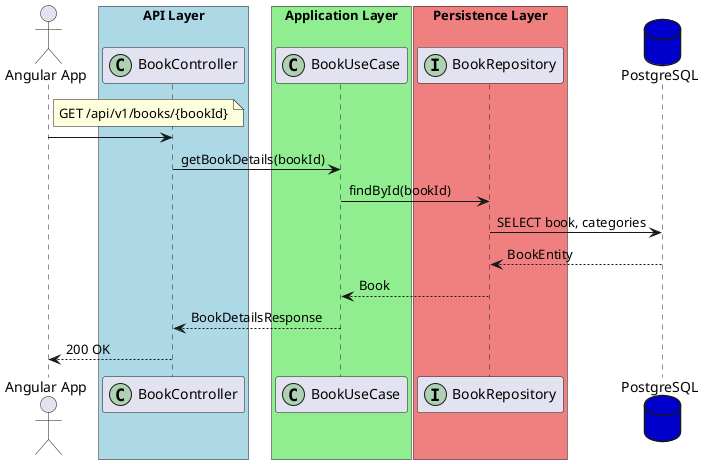
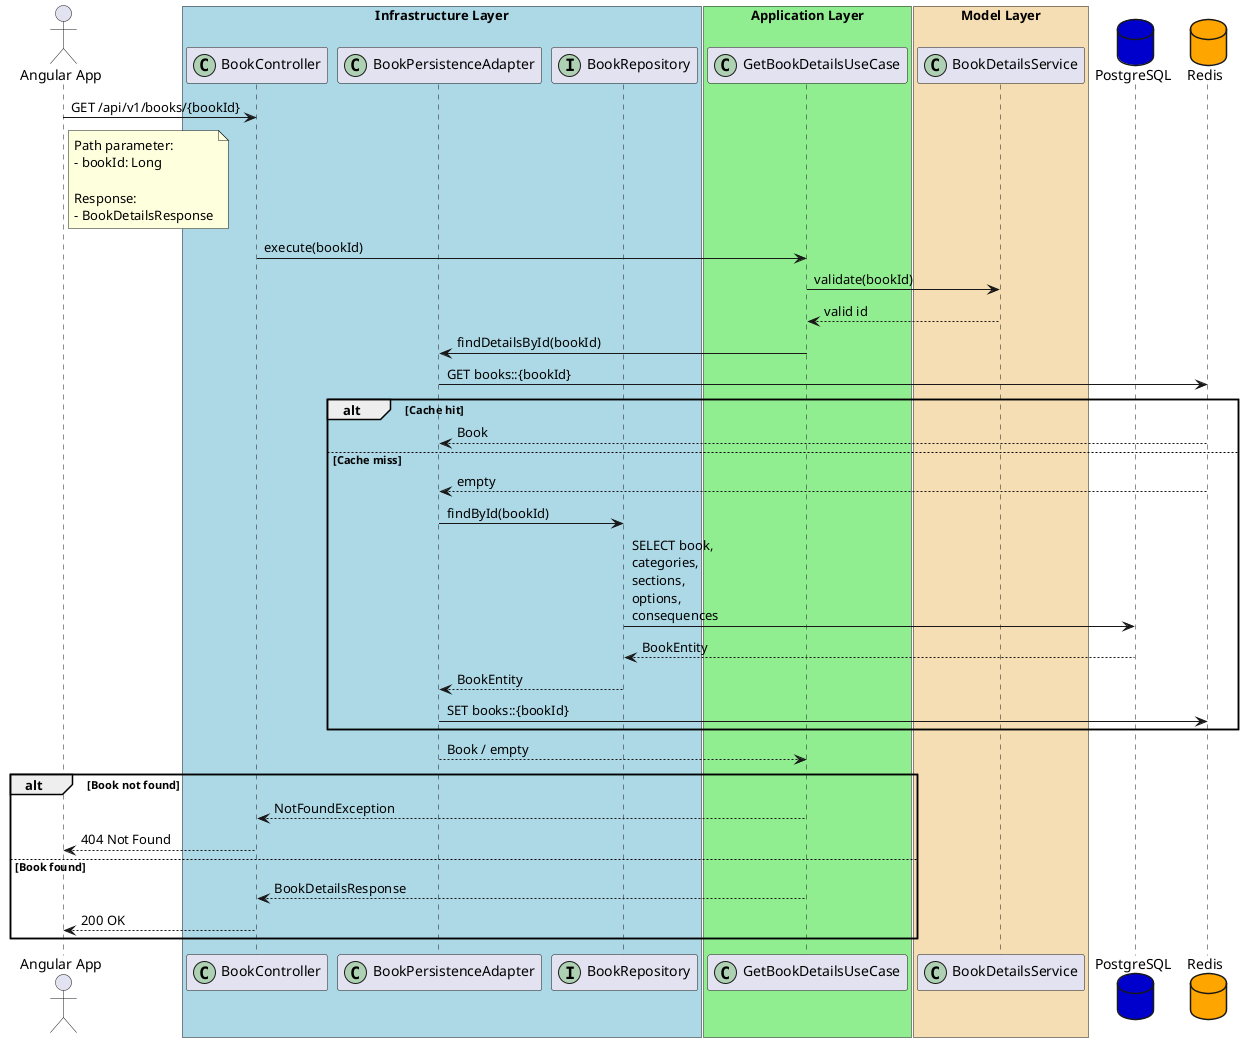
@startuml
actor user as "Angular App"

- box "API Layer" #LightBlue
+ box "Infrastructure Layer" #LightBlue
participant "BookController" as controller <<(C,#ADD1B2)>>
+ participant "BookPersistenceAdapter" as adapter <<(C,#ADD1B2)>>
+ participant "BookRepository" as repository <<(I,#ADD1B2)>>
end box

box "Application Layer" #LightGreen
- participant "BookUseCase" as usecase <<(C,#ADD1B2)>>
+ participant "GetBookDetailsUseCase" as usecase <<(C,#ADD1B2)>>
end box

- box "Persistence Layer" #LightCoral
- participant "BookRepository" as repository <<(I,#ADD1B2)>>
+ box "Model Layer" #Wheat
+ participant "BookDetailsService" as service <<(C,#ADD1B2)>>
end box

database "PostgreSQL" as db #MediumBlue
+ database "Redis" as redis #Orange
+ 
+ user -> controller : GET /api/v1/books/{bookId}

note right user
- GET /api/v1/books/{bookId}
+ Path parameter:
+ - bookId: Long
+ 
+ Response:
+ - BookDetailsResponse
end note
- user -> controller
- controller -> usecase : getBookDetails(bookId)
- usecase -> repository : findById(bookId)
- repository -> db : SELECT book, categories
- db --> repository : BookEntity
- repository --> usecase : Book
- usecase --> controller : BookDetailsResponse
- controller --> user : 200 OK
+ 
+ controller -> usecase : execute(bookId)
+ 
+ usecase -> service : validate(bookId)
+ service --> usecase : valid id
+ 
+ usecase -> adapter : findDetailsById(bookId)
+ 
+ adapter -> redis : GET books::{bookId}
+ 
+ alt Cache hit
+     redis --> adapter : Book
+ else Cache miss
+     redis --> adapter : empty
+ 
+     adapter -> repository : findById(bookId)
+     repository -> db : SELECT book,\ncategories,\nsections,\noptions,\nconsequences
+     db --> repository : BookEntity
+ 
+     repository --> adapter : BookEntity
+     adapter -> redis : SET books::{bookId}
+ end
+ 
+ adapter --> usecase : Book / empty
+ 
+ alt Book not found
+     usecase --> controller : NotFoundException
+     controller --> user : 404 Not Found
+ else Book found
+     usecase --> controller : BookDetailsResponse
+     controller --> user : 200 OK
+ end
+ 
@enduml